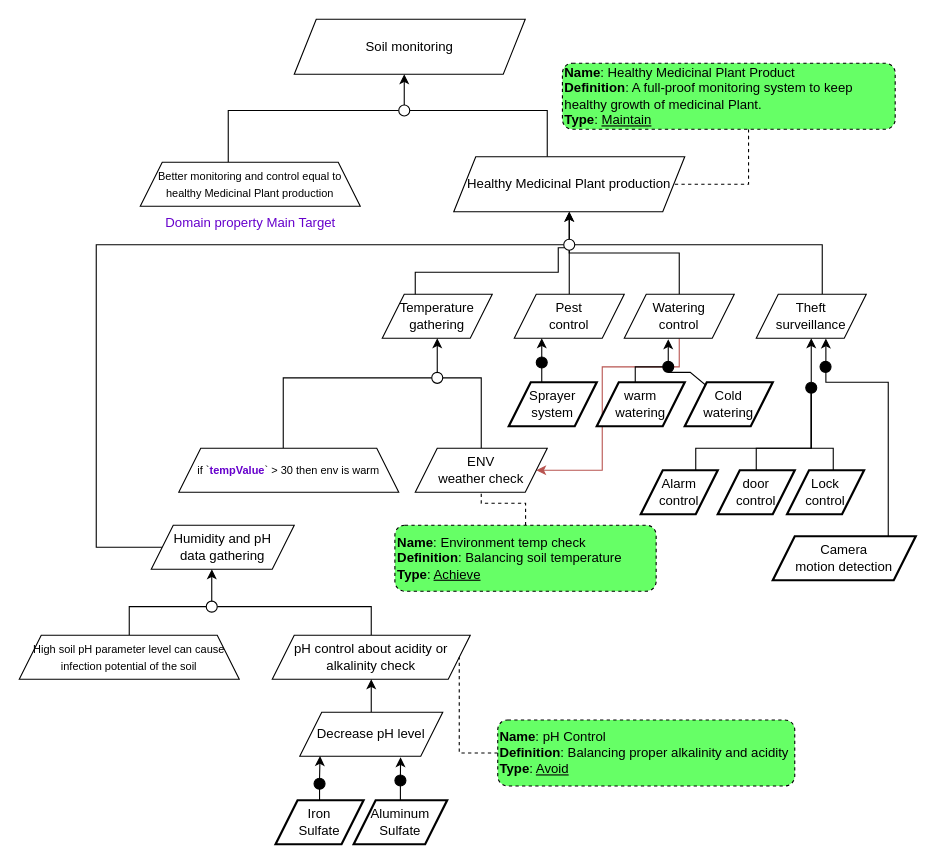
Earlier version of the draw.io diagram requirement-engineering/final/assets/diagrams/soil_monitoring_goal_diagram.drawio (Asncodes-80/master-papers). Source tidied: cells renumbered, new cells numbered last; positions are measured from the earlier drawing's top-left corner, leaving out a move shared by most shapes. Both pictures are drawn from the tidied source at 110%, with x=0, y=0 at pixel (19, 19).
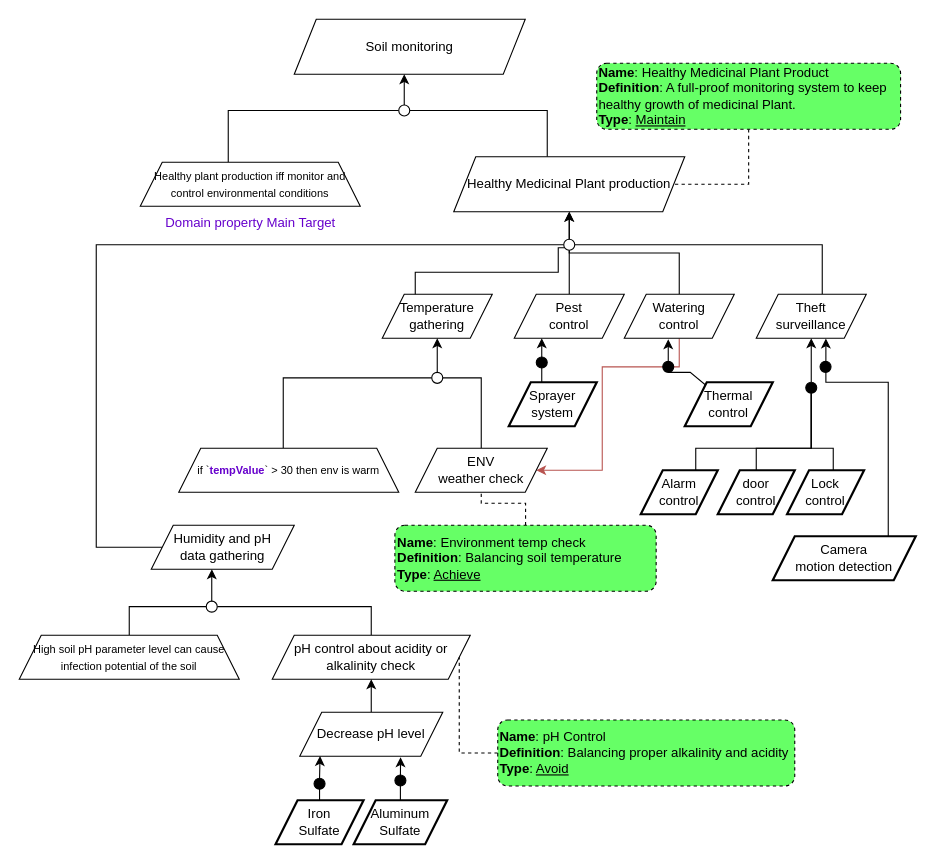
Above is the later version.

The change refers to these unchanged cells:
```xml
<mxCell id="38" style="ellipse;whiteSpace=wrap;html=1;fillColor=#000000;" parent="1" vertex="1">
  <mxGeometry x="585" y="311" width="10" height="10" as="geometry" />
</mxCell>
```

What changed in the source:
```diff
@@
-    <mxCell id="14" value="&lt;font style=&quot;font-size: 10px;&quot;&gt;Better monitoring and control equal to healthy Medicinal Plant production&lt;/font&gt;" style="shape=trapezoid;perimeter=trapezoidPerimeter;whiteSpace=wrap;html=1;fixedSize=1;" parent="1" vertex="1">
+    <mxCell id="14" value="&lt;span style=&quot;font-size: 10px;&quot;&gt;Healthy plant production iff monitor and control environmental conditions&lt;/span&gt;" style="shape=trapezoid;perimeter=trapezoidPerimeter;whiteSpace=wrap;html=1;fixedSize=1;" parent="1" vertex="1">
       <mxGeometry x="110" y="130" width="200" height="40" as="geometry" />
     </mxCell>
@@
-    <mxCell id="34" value="Cold&lt;div&gt;watering&lt;/div&gt;" style="shape=parallelogram;perimeter=parallelogramPerimeter;whiteSpace=wrap;html=1;fixedSize=1;strokeWidth=2;" parent="1" vertex="1">
+    <mxCell id="34" value="Thermal&lt;div&gt;control&lt;/div&gt;" style="shape=parallelogram;perimeter=parallelogramPerimeter;whiteSpace=wrap;html=1;fixedSize=1;strokeWidth=2;" parent="1" vertex="1">
       <mxGeometry x="605" y="330" width="80" height="40" as="geometry" />
     </mxCell>
-    <mxCell id="35" style="edgeStyle=orthogonalEdgeStyle;rounded=0;jettySize=auto;html=1;entryX=0;entryY=0.5;entryDx=0;entryDy=0;endArrow=none;endFill=0;" parent="1" edge="1" source="36" target="38">
-      <mxGeometry relative="1" as="geometry">
-        <Array as="points">
-          <mxPoint x="560" y="316" />
-        </Array>
-      </mxGeometry>
-    </mxCell>
-    <mxCell id="36" value="warm&lt;div&gt;watering&lt;/div&gt;" style="shape=parallelogram;perimeter=parallelogramPerimeter;whiteSpace=wrap;html=1;fixedSize=1;strokeWidth=2;" parent="1" vertex="1">
-      <mxGeometry x="525" y="330" width="80" height="40" as="geometry" />
-    </mxCell>
@@
     <mxCell id="63" value="&lt;div&gt;&lt;b&gt;Name&lt;/b&gt;: Healthy Medicinal Plant Product&lt;/div&gt;&lt;div&gt;&lt;b&gt;Definition&lt;/b&gt;: A full-proof monitoring system to keep healthy growth of medicinal Plant.&lt;/div&gt;&lt;b&gt;Type&lt;/b&gt;: &lt;u&gt;Maintain&lt;/u&gt;" style="rounded=1;whiteSpace=wrap;html=1;dashed=1;fillColor=#66FF66;align=left;" parent="1" vertex="1">
-      <mxGeometry x="493.8" y="40" width="302.5" height="60" as="geometry" />
+      <mxGeometry x="525" y="40" width="276.2" height="60" as="geometry" />
     </mxCell>
```
